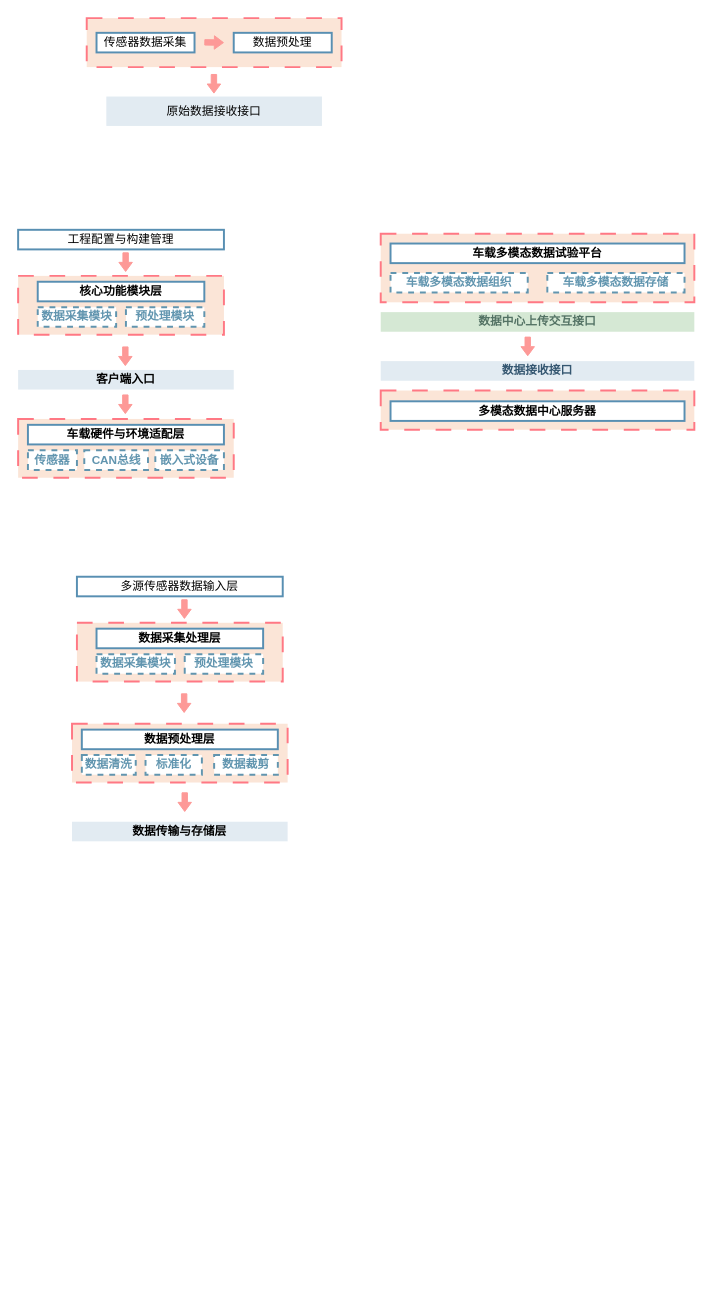
Above: 未命名绘图.drawio in mmyy5533/draw.io (draw.io), before the change. Source tidied: cells renumbered, new cells numbered last; positions are measured from the earlier drawing's top-left corner, leaving out a move shared by most shapes. Both pictures are drawn from the tidied source at 98%, with x=0, y=0 at pixel (18, 18).
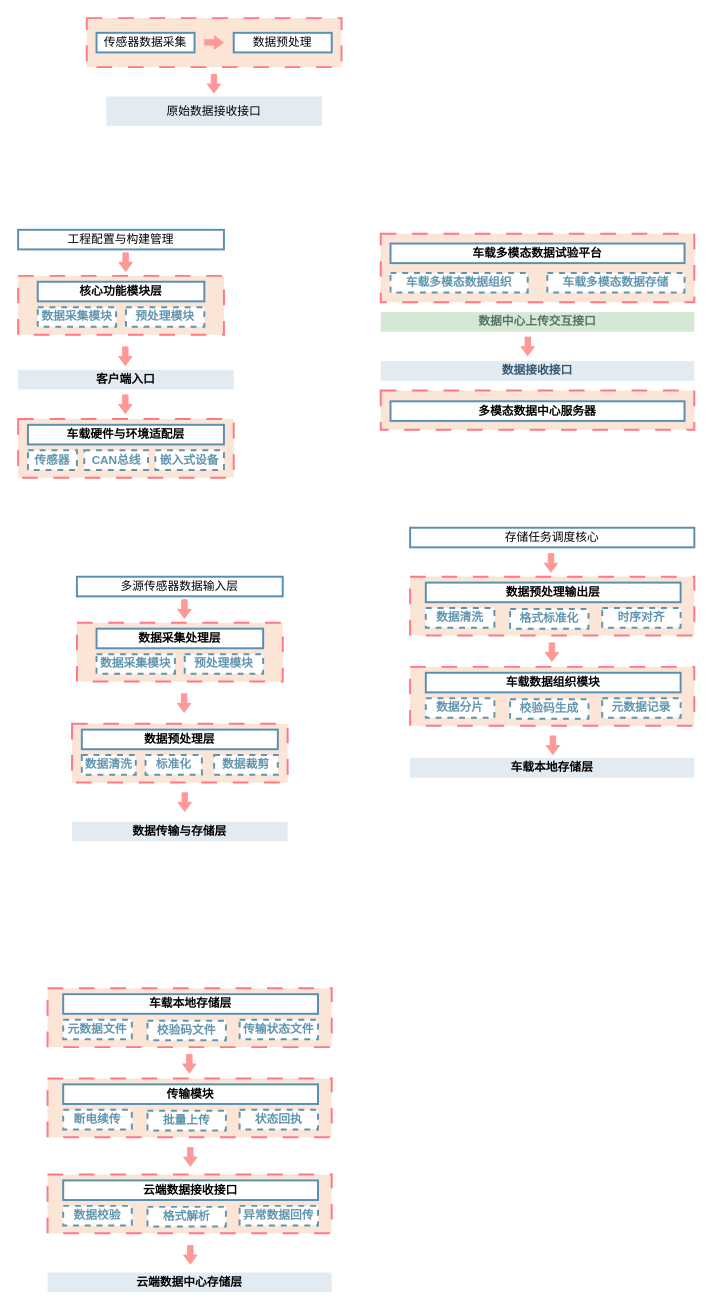
The same diagram, later.

Commit message:
更新未命名绘图.drawio

What changed in the source:
```diff
@@
+    <mxCell id="45" style="rounded=0;whiteSpace=wrap;html=1;dashed=1;dashPattern=8 8;strokeColor=#FF7884;fillColor=#FBE5D7;strokeWidth=2;" parent="1" vertex="1">
+      <mxGeometry x="400" y="570" width="290" height="60" as="geometry" />
+    </mxCell>
+    <mxCell id="46" value="&lt;b&gt;数据预处理输出层&lt;/b&gt;" style="rounded=0;whiteSpace=wrap;html=1;strokeColor=#588FB2;strokeWidth=2;" parent="1" vertex="1">
+      <mxGeometry x="416" y="576" width="260" height="20" as="geometry" />
+    </mxCell>
+    <mxCell id="47" value="&lt;font color=&quot;#6195af&quot;&gt;&lt;b&gt;数据清洗&lt;/b&gt;&lt;/font&gt;" style="rounded=0;whiteSpace=wrap;html=1;strokeColor=#6195AF;strokeWidth=2;dashed=1;" parent="1" vertex="1">
+      <mxGeometry x="416" y="602" width="70" height="20" as="geometry" />
+    </mxCell>
+    <mxCell id="48" value="&lt;font color=&quot;#6195af&quot;&gt;&lt;b&gt;格式标准化&lt;/b&gt;&lt;/font&gt;" style="rounded=0;whiteSpace=wrap;html=1;strokeColor=#6195AF;strokeWidth=2;dashed=1;" parent="1" vertex="1">
+      <mxGeometry x="502" y="603" width="80" height="20" as="geometry" />
+    </mxCell>
+    <mxCell id="49" style="shape=flexArrow;endArrow=classic;html=1;rounded=0;width=5.517241379310345;endSize=2.7586206896551726;endWidth=7.2294887039239;fillColor=#FD9997;strokeColor=#FD9997;" parent="1" edge="1">
+      <mxGeometry relative="1" as="geometry">
+        <mxPoint x="544.7" y="637" as="sourcePoint" />
+        <mxPoint x="544.7" y="657" as="targetPoint" />
+      </mxGeometry>
+    </mxCell>
+    <mxCell id="50" value="存储任务调度核心" style="rounded=0;whiteSpace=wrap;html=1;strokeColor=#588FB2;strokeWidth=2;" parent="1" vertex="1">
+      <mxGeometry x="400" y="520" width="290" height="20" as="geometry" />
+    </mxCell>
+    <mxCell id="51" style="shape=flexArrow;endArrow=classic;html=1;rounded=0;width=5.517241379310345;endSize=2.7586206896551726;endWidth=7.2294887039239;fillColor=#FD9997;strokeColor=#FD9997;" parent="1" edge="1">
+      <mxGeometry relative="1" as="geometry">
+        <mxPoint x="543.7" y="546" as="sourcePoint" />
+        <mxPoint x="543.7" y="566" as="targetPoint" />
+      </mxGeometry>
+    </mxCell>
+    <mxCell id="52" value="&lt;font color=&quot;#6195af&quot;&gt;&lt;b&gt;时序对齐&lt;/b&gt;&lt;/font&gt;" style="rounded=0;whiteSpace=wrap;html=1;strokeColor=#6195AF;strokeWidth=2;dashed=1;" parent="1" vertex="1">
+      <mxGeometry x="596" y="602" width="80" height="20" as="geometry" />
+    </mxCell>
+    <mxCell id="53" style="rounded=0;whiteSpace=wrap;html=1;dashed=1;dashPattern=8 8;strokeColor=#FF7884;fillColor=#FBE5D7;strokeWidth=2;" parent="1" vertex="1">
+      <mxGeometry x="400" y="662" width="290" height="60" as="geometry" />
+    </mxCell>
+    <mxCell id="54" value="&lt;b&gt;车载数据组织模块&lt;/b&gt;" style="rounded=0;whiteSpace=wrap;html=1;strokeColor=#588FB2;strokeWidth=2;" parent="1" vertex="1">
+      <mxGeometry x="416" y="668" width="260" height="20" as="geometry" />
+    </mxCell>
+    <mxCell id="55" value="&lt;font color=&quot;#6195af&quot;&gt;&lt;b&gt;数据分片&lt;/b&gt;&lt;/font&gt;" style="rounded=0;whiteSpace=wrap;html=1;strokeColor=#6195AF;strokeWidth=2;dashed=1;" parent="1" vertex="1">
+      <mxGeometry x="416" y="694" width="70" height="20" as="geometry" />
+    </mxCell>
+    <mxCell id="56" value="&lt;font color=&quot;#6195af&quot;&gt;&lt;b&gt;校验码生成&lt;/b&gt;&lt;/font&gt;" style="rounded=0;whiteSpace=wrap;html=1;strokeColor=#6195AF;strokeWidth=2;dashed=1;" parent="1" vertex="1">
+      <mxGeometry x="502" y="695" width="80" height="20" as="geometry" />
+    </mxCell>
+    <mxCell id="57" value="&lt;font color=&quot;#6195af&quot;&gt;&lt;b&gt;元数据记录&lt;/b&gt;&lt;/font&gt;" style="rounded=0;whiteSpace=wrap;html=1;strokeColor=#6195AF;strokeWidth=2;dashed=1;" parent="1" vertex="1">
+      <mxGeometry x="596" y="694" width="80" height="20" as="geometry" />
+    </mxCell>
+    <mxCell id="58" value="&lt;b&gt;车载本地存储层&lt;/b&gt;" style="rounded=0;whiteSpace=wrap;html=1;strokeColor=none;fillColor=#E2EBF2;" parent="1" vertex="1">
+      <mxGeometry x="400" y="755" width="290" height="20" as="geometry" />
+    </mxCell>
+    <mxCell id="59" style="shape=flexArrow;endArrow=classic;html=1;rounded=0;width=5.517241379310345;endSize=2.7586206896551726;endWidth=7.2294887039239;fillColor=#FD9997;strokeColor=#FD9997;" parent="1" edge="1">
+      <mxGeometry relative="1" as="geometry">
+        <mxPoint x="545.7" y="732" as="sourcePoint" />
+        <mxPoint x="545.7" y="752" as="targetPoint" />
+      </mxGeometry>
+    </mxCell>
+    <mxCell id="60" style="rounded=0;whiteSpace=wrap;html=1;dashed=1;dashPattern=8 8;strokeColor=#FF7884;fillColor=#FBE5D7;strokeWidth=2;" parent="1" vertex="1">
+      <mxGeometry x="30" y="990" width="290" height="60" as="geometry" />
+    </mxCell>
+    <mxCell id="61" value="&lt;b&gt;车载本地存储层&lt;/b&gt;" style="rounded=0;whiteSpace=wrap;html=1;strokeColor=#588FB2;strokeWidth=2;" parent="1" vertex="1">
+      <mxGeometry x="46" y="996" width="260" height="20" as="geometry" />
+    </mxCell>
+    <mxCell id="62" value="&lt;font color=&quot;#6195af&quot;&gt;&lt;b&gt;元数据文件&lt;/b&gt;&lt;/font&gt;" style="rounded=0;whiteSpace=wrap;html=1;strokeColor=#6195AF;strokeWidth=2;dashed=1;" parent="1" vertex="1">
+      <mxGeometry x="46" y="1022" width="70" height="20" as="geometry" />
+    </mxCell>
+    <mxCell id="63" value="&lt;font color=&quot;#6195af&quot;&gt;&lt;b&gt;校验码文件&lt;/b&gt;&lt;/font&gt;" style="rounded=0;whiteSpace=wrap;html=1;strokeColor=#6195AF;strokeWidth=2;dashed=1;" parent="1" vertex="1">
+      <mxGeometry x="132" y="1023" width="80" height="20" as="geometry" />
+    </mxCell>
+    <mxCell id="64" style="shape=flexArrow;endArrow=classic;html=1;rounded=0;width=5.517241379310345;endSize=2.7586206896551726;endWidth=7.2294887039239;fillColor=#FD9997;strokeColor=#FD9997;" parent="1" edge="1">
+      <mxGeometry relative="1" as="geometry">
+        <mxPoint x="174.7" y="1057" as="sourcePoint" />
+        <mxPoint x="174.7" y="1077" as="targetPoint" />
+      </mxGeometry>
+    </mxCell>
+    <mxCell id="65" value="&lt;font color=&quot;#6195af&quot;&gt;&lt;b&gt;传输状态文件&lt;/b&gt;&lt;/font&gt;" style="rounded=0;whiteSpace=wrap;html=1;strokeColor=#6195AF;strokeWidth=2;dashed=1;" parent="1" vertex="1">
+      <mxGeometry x="226" y="1022" width="80" height="20" as="geometry" />
+    </mxCell>
+    <mxCell id="66" style="rounded=0;whiteSpace=wrap;html=1;dashed=1;dashPattern=8 8;strokeColor=#FF7884;fillColor=#FBE5D7;strokeWidth=2;" parent="1" vertex="1">
+      <mxGeometry x="30" y="1082" width="290" height="60" as="geometry" />
+    </mxCell>
+    <mxCell id="67" value="&lt;b&gt;传输模块&lt;/b&gt;" style="rounded=0;whiteSpace=wrap;html=1;strokeColor=#588FB2;strokeWidth=2;" parent="1" vertex="1">
+      <mxGeometry x="46" y="1088" width="260" height="20" as="geometry" />
+    </mxCell>
+    <mxCell id="68" value="&lt;font color=&quot;#6195af&quot;&gt;&lt;b&gt;断电续传&lt;/b&gt;&lt;/font&gt;" style="rounded=0;whiteSpace=wrap;html=1;strokeColor=#6195AF;strokeWidth=2;dashed=1;" parent="1" vertex="1">
+      <mxGeometry x="46" y="1114" width="70" height="20" as="geometry" />
+    </mxCell>
+    <mxCell id="69" value="&lt;font color=&quot;#6195af&quot;&gt;&lt;b&gt;批量上传&lt;/b&gt;&lt;/font&gt;" style="rounded=0;whiteSpace=wrap;html=1;strokeColor=#6195AF;strokeWidth=2;dashed=1;" parent="1" vertex="1">
+      <mxGeometry x="132" y="1115" width="80" height="20" as="geometry" />
+    </mxCell>
+    <mxCell id="70" value="&lt;font color=&quot;#6195af&quot;&gt;&lt;b&gt;状态回执&lt;/b&gt;&lt;/font&gt;" style="rounded=0;whiteSpace=wrap;html=1;strokeColor=#6195AF;strokeWidth=2;dashed=1;" parent="1" vertex="1">
+      <mxGeometry x="226" y="1114" width="80" height="20" as="geometry" />
+    </mxCell>
+    <mxCell id="71" style="shape=flexArrow;endArrow=classic;html=1;rounded=0;width=5.517241379310345;endSize=2.7586206896551726;endWidth=7.2294887039239;fillColor=#FD9997;strokeColor=#FD9997;" parent="1" edge="1">
+      <mxGeometry relative="1" as="geometry">
+        <mxPoint x="175.7" y="1152" as="sourcePoint" />
+        <mxPoint x="175.7" y="1172" as="targetPoint" />
+      </mxGeometry>
+    </mxCell>
+    <mxCell id="72" style="rounded=0;whiteSpace=wrap;html=1;dashed=1;dashPattern=8 8;strokeColor=#FF7884;fillColor=#FBE5D7;strokeWidth=2;" parent="1" vertex="1">
+      <mxGeometry x="30" y="1180" width="290" height="60" as="geometry" />
+    </mxCell>
+    <mxCell id="73" value="&lt;b&gt;云端数据接收接口&lt;/b&gt;" style="rounded=0;whiteSpace=wrap;html=1;strokeColor=#588FB2;strokeWidth=2;" parent="1" vertex="1">
+      <mxGeometry x="46" y="1186" width="260" height="20" as="geometry" />
+    </mxCell>
+    <mxCell id="74" value="&lt;font color=&quot;#6195af&quot;&gt;&lt;b&gt;数据校验&lt;/b&gt;&lt;/font&gt;" style="rounded=0;whiteSpace=wrap;html=1;strokeColor=#6195AF;strokeWidth=2;dashed=1;" parent="1" vertex="1">
+      <mxGeometry x="46" y="1212" width="70" height="20" as="geometry" />
+    </mxCell>
+    <mxCell id="75" value="&lt;font color=&quot;#6195af&quot;&gt;&lt;b&gt;格式解析&lt;/b&gt;&lt;/font&gt;" style="rounded=0;whiteSpace=wrap;html=1;strokeColor=#6195AF;strokeWidth=2;dashed=1;" parent="1" vertex="1">
+      <mxGeometry x="132" y="1213" width="80" height="20" as="geometry" />
+    </mxCell>
+    <mxCell id="76" value="&lt;font color=&quot;#6195af&quot;&gt;&lt;b&gt;异常数据回传&lt;/b&gt;&lt;/font&gt;" style="rounded=0;whiteSpace=wrap;html=1;strokeColor=#6195AF;strokeWidth=2;dashed=1;" parent="1" vertex="1">
+      <mxGeometry x="226" y="1212" width="80" height="20" as="geometry" />
+    </mxCell>
+    <mxCell id="77" style="shape=flexArrow;endArrow=classic;html=1;rounded=0;width=5.517241379310345;endSize=2.7586206896551726;endWidth=7.2294887039239;fillColor=#FD9997;strokeColor=#FD9997;" parent="1" edge="1">
+      <mxGeometry relative="1" as="geometry">
+        <mxPoint x="175.7" y="1252" as="sourcePoint" />
+        <mxPoint x="175.7" y="1272" as="targetPoint" />
+      </mxGeometry>
+    </mxCell>
+    <mxCell id="78" value="&lt;b&gt;云端数据中心存储层&lt;/b&gt;" style="rounded=0;whiteSpace=wrap;html=1;strokeColor=none;fillColor=#E2EBF2;" parent="1" vertex="1">
+      <mxGeometry x="30" y="1280" width="290" height="20" as="geometry" />
+    </mxCell>
```
